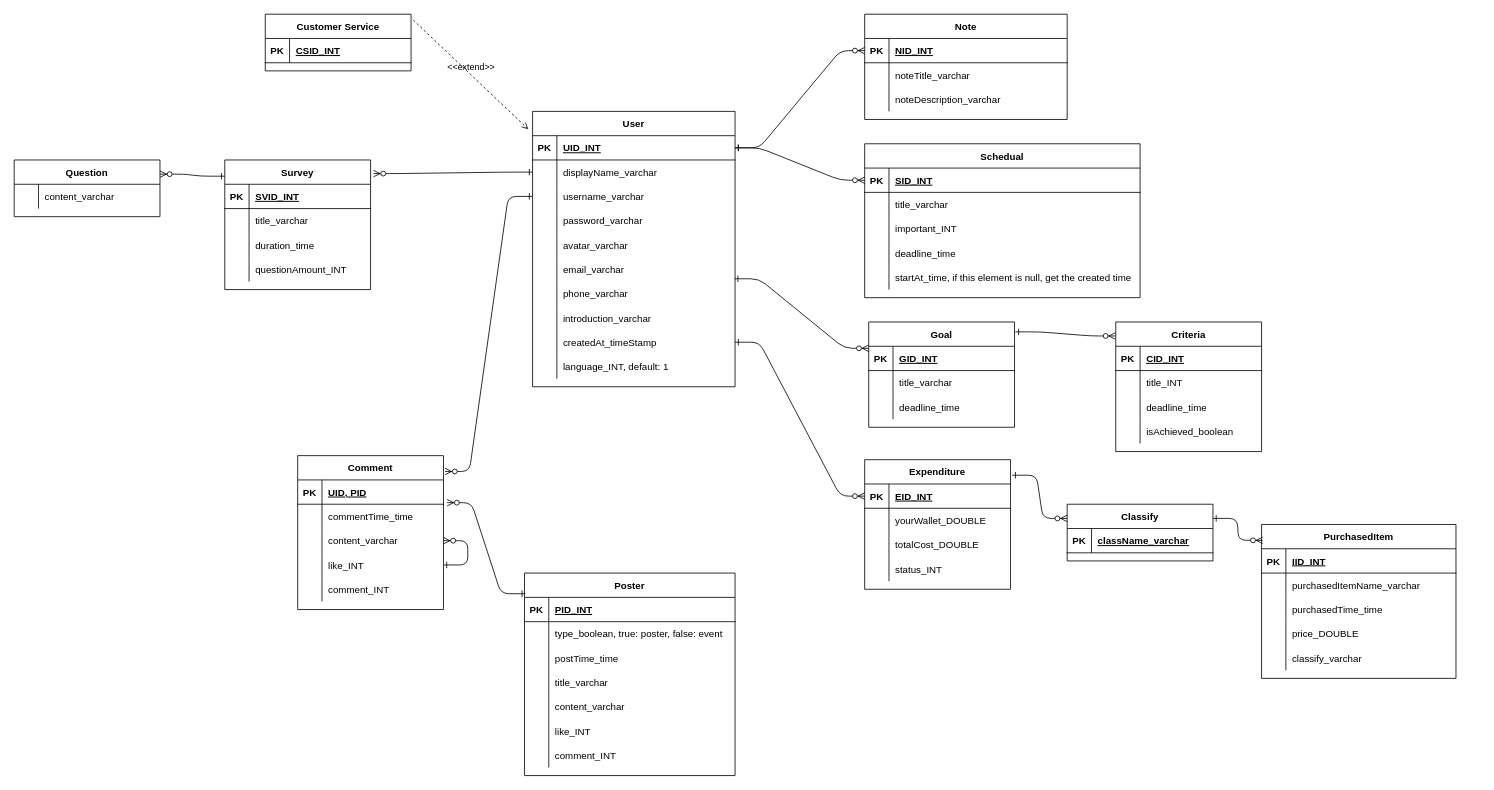
The draw.io diagram documents/draw.io/system_database.drawio in johnvo24/vku_bp2_web_youli, before the edit. Source tidied: cells renumbered, new cells numbered last; positions are measured from the earlier drawing's top-left corner, leaving out a move shared by most shapes. Both pictures are drawn from the tidied source at 81%, with x=0, y=0 at pixel (14, 14).
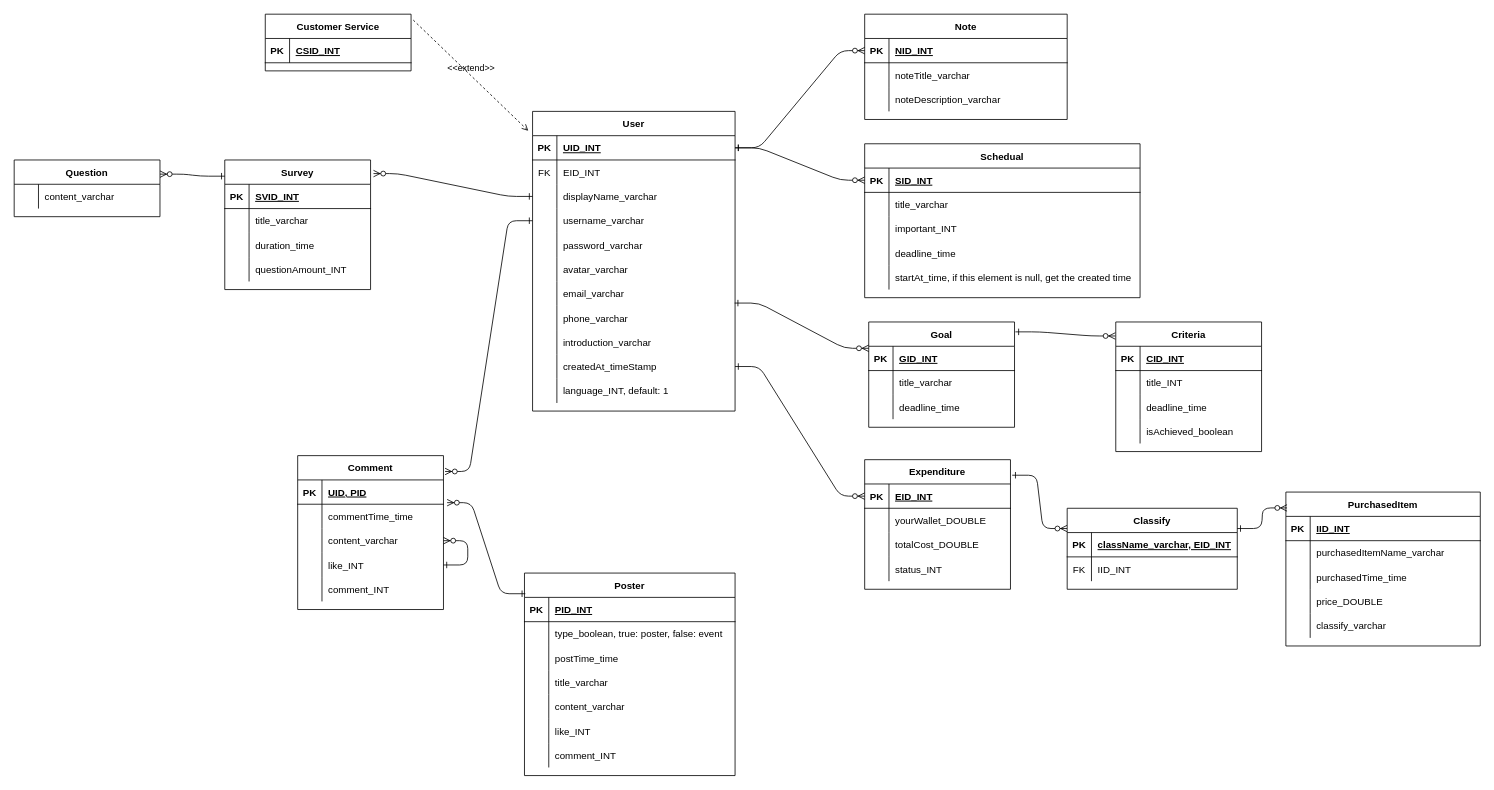
After the change.

Diff of the diagram source:
```diff
@@
     <mxCell id="29" value="User" style="shape=table;startSize=30;childLayout=tableLayout;rowLines=0;fontStyle=1;align=center;" parent="1" vertex="1">
-      <mxGeometry x="640" y="120" width="250" height="340" as="geometry" />
+      <mxGeometry x="640" y="120" width="250" height="370" as="geometry" />
     </mxCell>
@@
+    <mxCell id="187" style="shape=tableRow;horizontal=0;startSize=0;swimlaneHead=0;swimlaneBody=0;fillColor=none;top=0;left=0;right=0;bottom=0;" parent="29" vertex="1">
+      <mxGeometry y="60" width="250" height="30" as="geometry" />
+    </mxCell>
+    <mxCell id="188" value="FK" style="shape=partialRectangle;fillColor=none;top=0;left=0;bottom=0;right=0;fontStyle=0;overflow=hidden;" parent="187" vertex="1">
+      <mxGeometry width="30" height="30" as="geometry" />
+    </mxCell>
+    <mxCell id="189" value="EID_INT" style="shape=partialRectangle;fillColor=none;top=0;left=0;bottom=0;right=0;align=left;spacingLeft=6;fontStyle=0;overflow=hidden;" parent="187" vertex="1">
+      <mxGeometry x="30" width="220" height="30" as="geometry" />
+    </mxCell>
     <mxCell id="33" style="shape=partialRectangle;fillColor=none;points=[[0,0.5],[1,0.5]];portConstraint=eastwest;top=0;left=0;right=0;bottom=0;" parent="29" vertex="1">
-      <mxGeometry y="60" width="250" height="30" as="geometry" />
+      <mxGeometry y="90" width="250" height="30" as="geometry" />
     </mxCell>
@@
     <mxCell id="36" style="shape=tableRow;horizontal=0;startSize=0;swimlaneHead=0;swimlaneBody=0;fillColor=none;points=[[0,0.5],[1,0.5]];portConstraint=eastwest;top=0;left=0;right=0;bottom=0;" parent="29" vertex="1">
-      <mxGeometry y="90" width="250" height="30" as="geometry" />
+      <mxGeometry y="120" width="250" height="30" as="geometry" />
     </mxCell>
@@
     <mxCell id="39" style="shape=tableRow;horizontal=0;startSize=0;swimlaneHead=0;swimlaneBody=0;fillColor=none;top=0;left=0;right=0;bottom=0;" parent="29" vertex="1">
-      <mxGeometry y="120" width="250" height="30" as="geometry" />
+      <mxGeometry y="150" width="250" height="30" as="geometry" />
     </mxCell>
@@
     <mxCell id="42" style="shape=tableRow;horizontal=0;startSize=0;swimlaneHead=0;swimlaneBody=0;fillColor=none;top=0;left=0;right=0;bottom=0;" parent="29" vertex="1">
-      <mxGeometry y="150" width="250" height="30" as="geometry" />
+      <mxGeometry y="180" width="250" height="30" as="geometry" />
     </mxCell>
@@
     <mxCell id="45" style="shape=tableRow;horizontal=0;startSize=0;swimlaneHead=0;swimlaneBody=0;fillColor=none;top=0;left=0;right=0;bottom=0;" parent="29" vertex="1">
-      <mxGeometry y="180" width="250" height="30" as="geometry" />
+      <mxGeometry y="210" width="250" height="30" as="geometry" />
     </mxCell>
@@
     <mxCell id="48" style="shape=tableRow;horizontal=0;startSize=0;swimlaneHead=0;swimlaneBody=0;fillColor=none;points=[[0,0.5],[1,0.5]];portConstraint=eastwest;top=0;left=0;right=0;bottom=0;" parent="29" vertex="1">
-      <mxGeometry y="210" width="250" height="30" as="geometry" />
+      <mxGeometry y="240" width="250" height="30" as="geometry" />
     </mxCell>
@@
     <mxCell id="51" style="shape=tableRow;horizontal=0;startSize=0;swimlaneHead=0;swimlaneBody=0;fillColor=none;top=0;left=0;right=0;bottom=0;" parent="29" vertex="1">
-      <mxGeometry y="240" width="250" height="30" as="geometry" />
+      <mxGeometry y="270" width="250" height="30" as="geometry" />
     </mxCell>
@@
     <mxCell id="54" style="shape=tableRow;horizontal=0;startSize=0;swimlaneHead=0;swimlaneBody=0;fillColor=none;points=[[0,0.5],[1,0.5]];portConstraint=eastwest;top=0;left=0;right=0;bottom=0;" parent="29" vertex="1">
-      <mxGeometry y="270" width="250" height="30" as="geometry" />
+      <mxGeometry y="300" width="250" height="30" as="geometry" />
     </mxCell>
@@
     <mxCell id="57" style="shape=tableRow;horizontal=0;startSize=0;swimlaneHead=0;swimlaneBody=0;fillColor=none;top=0;left=0;right=0;bottom=0;" parent="29" vertex="1">
-      <mxGeometry y="300" width="250" height="30" as="geometry" />
+      <mxGeometry y="330" width="250" height="30" as="geometry" />
     </mxCell>
@@
     <mxCell id="86" value="PurchasedItem" style="shape=table;startSize=30;childLayout=tableLayout;rowLines=0;fontStyle=1;align=center;" parent="1" vertex="1">
-      <mxGeometry x="1540" y="630" width="240" height="190" as="geometry" />
+      <mxGeometry x="1570" y="590" width="240" height="190" as="geometry" />
     </mxCell>
@@
     <mxCell id="182" value="Classify" style="shape=table;startSize=30;childLayout=tableLayout;rowLines=0;fontStyle=1;align=center;" parent="1" vertex="1">
-      <mxGeometry x="1300" y="605" width="180" height="70" as="geometry" />
+      <mxGeometry x="1300" y="610" width="210" height="100" as="geometry" />
     </mxCell>
     <mxCell id="183" style="shape=tableRow;horizontal=0;startSize=0;swimlaneHead=0;swimlaneBody=0;fillColor=none;top=0;left=0;right=0;bottom=1;" parent="182" vertex="1">
-      <mxGeometry y="30" width="180" height="30" as="geometry" />
+      <mxGeometry y="30" width="210" height="30" as="geometry" />
     </mxCell>
@@
-    <mxCell id="185" value="className_varchar" style="shape=partialRectangle;fillColor=none;top=0;left=0;bottom=0;right=0;align=left;spacingLeft=6;fontStyle=5;overflow=hidden;" parent="183" vertex="1">
-      <mxGeometry x="30" width="150" height="30" as="geometry" />
+    <mxCell id="185" value="className_varchar, EID_INT" style="shape=partialRectangle;fillColor=none;top=0;left=0;bottom=0;right=0;align=left;spacingLeft=6;fontStyle=5;overflow=hidden;" parent="183" vertex="1">
+      <mxGeometry x="30" width="180" height="30" as="geometry" />
     </mxCell>
+    <mxCell id="190" style="shape=tableRow;horizontal=0;startSize=0;swimlaneHead=0;swimlaneBody=0;fillColor=none;top=0;left=0;right=0;bottom=0;" parent="182" vertex="1">
+      <mxGeometry y="60" width="210" height="30" as="geometry" />
+    </mxCell>
+    <mxCell id="191" value="FK" style="shape=partialRectangle;fillColor=none;top=0;left=0;bottom=0;right=0;fontStyle=0;overflow=hidden;" parent="190" vertex="1">
+      <mxGeometry width="30" height="30" as="geometry" />
+    </mxCell>
+    <mxCell id="192" value="IID_INT" style="shape=partialRectangle;fillColor=none;top=0;left=0;bottom=0;right=0;align=left;spacingLeft=6;fontStyle=0;overflow=hidden;" parent="190" vertex="1">
+      <mxGeometry x="30" width="180" height="30" as="geometry" />
+    </mxCell>
```
